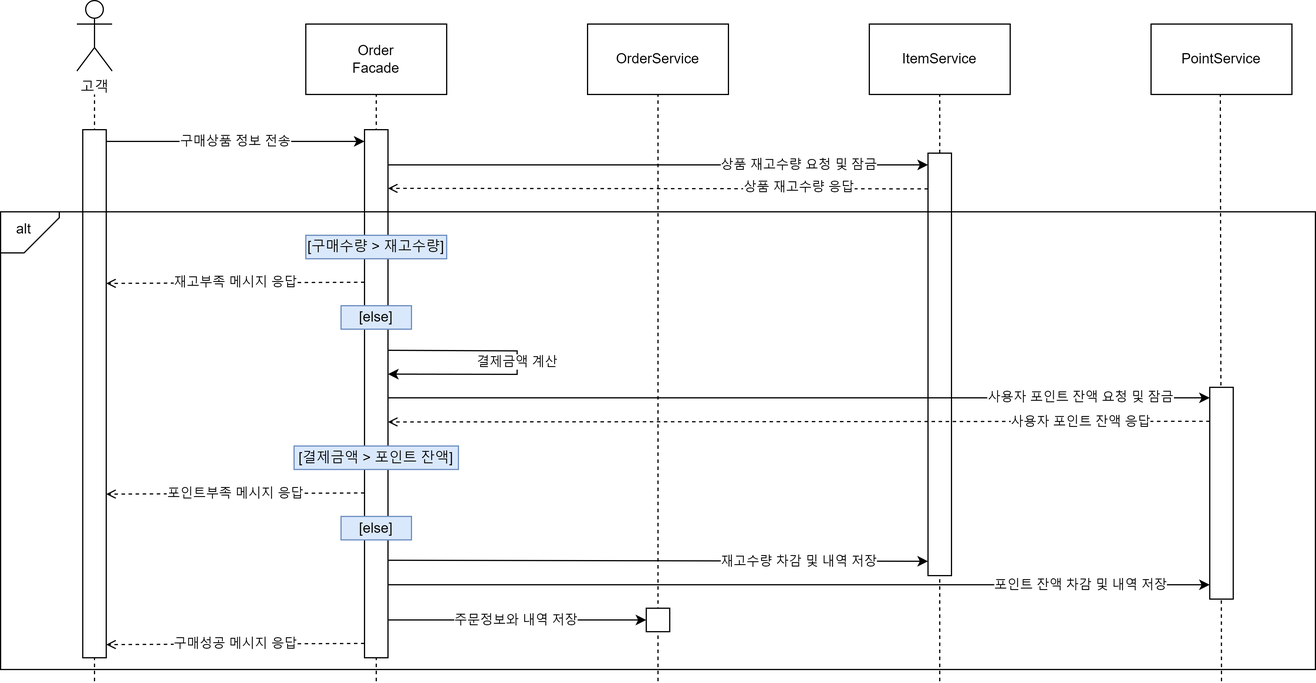
This is docs/sequence-diagram/3.order.png from psam1017/hhplus-ecommerce, a draw.io export, as it was before one commit. Source tidied: cells renumbered, new cells last; positions are measured from the earlier drawing's top-left corner, leaving out a move shared by most shapes.
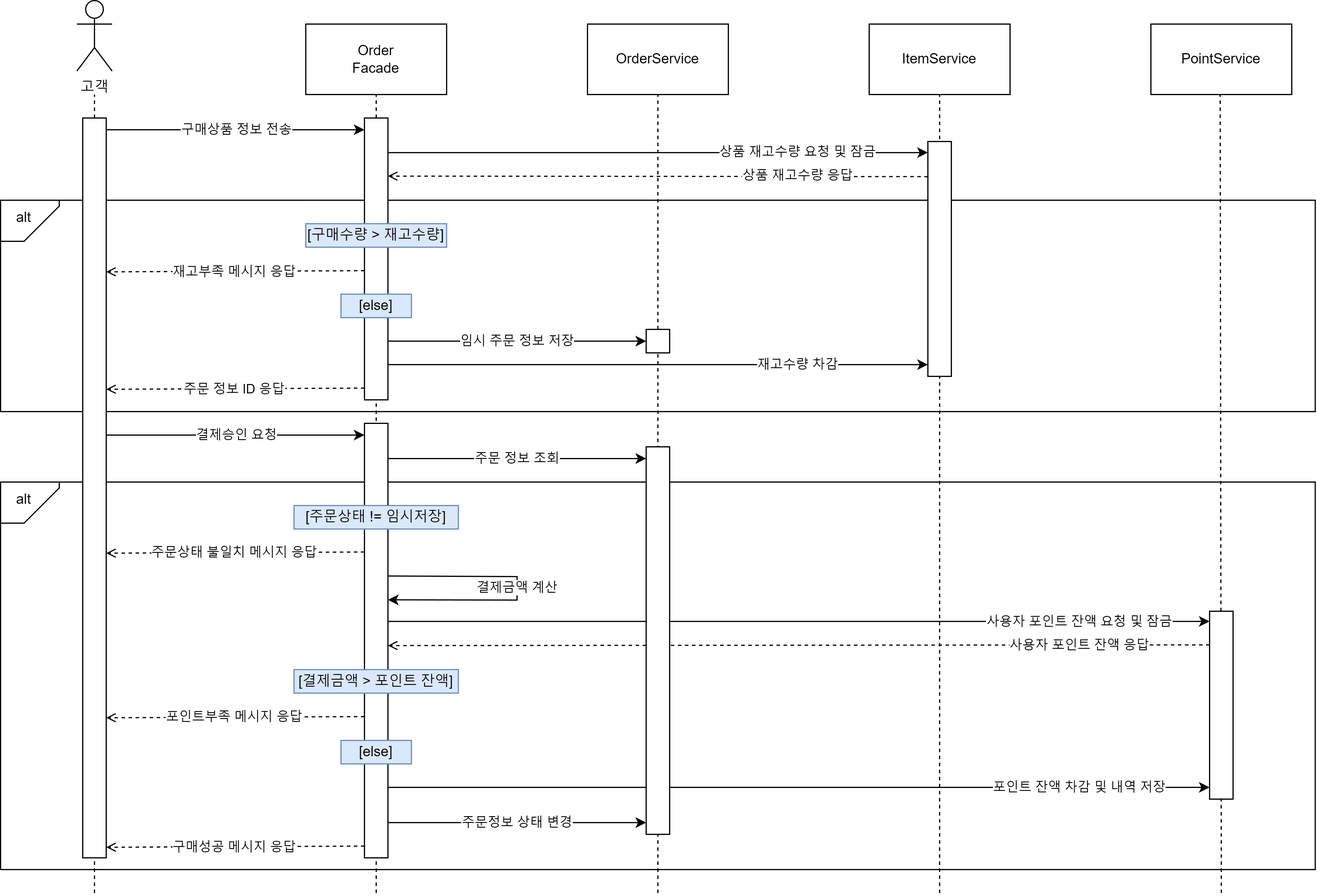
After the change.

Commit message:
Docs: 주문과 결제 API 를 분리한 것을 시퀀스 다이어그램 및 플로우 차트에 반영

Diff of the diagram source:
```diff
@@ -3,168 +3,215 @@
     <mxCell id="0" />
     <mxCell id="1" parent="0" />
     <mxCell id="2" style="group;" parent="1" vertex="1">
-      <mxGeometry width="1120" height="580" as="geometry" />
+      <mxGeometry width="1120" height="760" as="geometry" />
     </mxCell>
-    <mxCell id="3" style="endArrow=none;dashed=1;html=1;rounded=0;" parent="2" edge="1">
-      <mxGeometry relative="1" as="geometry">
-        <mxPoint x="80" y="580" as="sourcePoint" />
-        <mxPoint x="80" y="80" as="targetPoint" />
-      </mxGeometry>
+    <mxCell id="3" style="rounded=0;whiteSpace=wrap;html=1;fillColor=none;" parent="2" vertex="1">
+      <mxGeometry y="170" width="1120" height="180" as="geometry" />
     </mxCell>
-    <mxCell id="4" style="rounded=0;whiteSpace=wrap;html=1;" parent="2" vertex="1">
-      <mxGeometry x="70" y="110" width="20" height="450" as="geometry" />
+    <mxCell id="4" style="endArrow=none;dashed=1;html=1;rounded=0;" parent="2" edge="1">
+      <mxGeometry relative="1" as="geometry">
+        <mxPoint x="320" y="760" as="sourcePoint" />
+        <mxPoint x="320" y="80" as="targetPoint" />
+      </mxGeometry>
     </mxCell>
-    <mxCell id="5" value="고객" style="shape=umlActor;verticalLabelPosition=bottom;verticalAlign=top;html=1;" parent="2" vertex="1">
-      <mxGeometry x="65" width="30" height="60" as="geometry" />
+    <mxCell id="5" style="rounded=0;whiteSpace=wrap;html=1;" parent="2" vertex="1">
+      <mxGeometry x="310" y="100" width="20" height="240" as="geometry" />
     </mxCell>
-    <mxCell id="6" value="OrderService" style="rounded=0;whiteSpace=wrap;html=1;" parent="2" vertex="1">
-      <mxGeometry x="500" y="20" width="120" height="60" as="geometry" />
+    <mxCell id="6" style="rounded=0;whiteSpace=wrap;html=1;fillColor=none;" parent="2" vertex="1">
+      <mxGeometry y="410" width="1120" height="330" as="geometry" />
     </mxCell>
-    <mxCell id="7" value="구매상품 정보 전송" style="endArrow=classic;html=1;rounded=0;" parent="2" edge="1">
-      <mxGeometry relative="1" as="geometry">
-        <mxPoint x="90" y="120" as="sourcePoint" />
-        <mxPoint x="310" y="120" as="targetPoint" />
-      </mxGeometry>
+    <mxCell id="7" style="shape=card;whiteSpace=wrap;html=1;rotation=-180;" parent="2" vertex="1">
+      <mxGeometry y="410" width="50" height="35" as="geometry" />
     </mxCell>
-    <mxCell id="8" value="&lt;div&gt;Order&lt;/div&gt;&lt;div&gt;Facade&lt;/div&gt;&lt;div&gt;&lt;/div&gt;" style="rounded=0;whiteSpace=wrap;html=1;" parent="2" vertex="1">
-      <mxGeometry x="260" y="20" width="120" height="60" as="geometry" />
+    <mxCell id="8" style="endArrow=none;dashed=1;html=1;rounded=0;" parent="2" edge="1">
+      <mxGeometry relative="1" as="geometry">
+        <mxPoint x="80" y="760" as="sourcePoint" />
+        <mxPoint x="80" y="80" as="targetPoint" />
+      </mxGeometry>
     </mxCell>
-    <mxCell id="9" style="endArrow=none;dashed=1;html=1;rounded=0;" parent="2" edge="1">
-      <mxGeometry relative="1" as="geometry">
-        <mxPoint x="320" y="580" as="sourcePoint" />
-        <mxPoint x="320" y="80" as="targetPoint" />
-      </mxGeometry>
+    <mxCell id="9" style="rounded=0;whiteSpace=wrap;html=1;" parent="2" vertex="1">
+      <mxGeometry x="70" y="100" width="20" height="630" as="geometry" />
     </mxCell>
-    <mxCell id="10" style="rounded=0;whiteSpace=wrap;html=1;" parent="2" vertex="1">
-      <mxGeometry x="310" y="110" width="20" height="450" as="geometry" />
+    <mxCell id="10" value="고객" style="shape=umlActor;verticalLabelPosition=bottom;verticalAlign=top;html=1;" parent="2" vertex="1">
+      <mxGeometry x="65" width="30" height="60" as="geometry" />
     </mxCell>
-    <mxCell id="11" style="endArrow=none;dashed=1;html=1;rounded=0;" parent="2" edge="1">
-      <mxGeometry relative="1" as="geometry">
-        <mxPoint x="560" y="580" as="sourcePoint" />
-        <mxPoint x="560" y="80" as="targetPoint" />
-      </mxGeometry>
+    <mxCell id="11" value="OrderService" style="rounded=0;whiteSpace=wrap;html=1;" parent="2" vertex="1">
+      <mxGeometry x="500" y="20" width="120" height="60" as="geometry" />
     </mxCell>
-    <mxCell id="12" value="ItemService" style="rounded=0;whiteSpace=wrap;html=1;" parent="2" vertex="1">
-      <mxGeometry x="740" y="20" width="120" height="60" as="geometry" />
+    <mxCell id="12" value="구매상품 정보 전송" style="endArrow=classic;html=1;rounded=0;" parent="2" edge="1">
+      <mxGeometry relative="1" as="geometry">
+        <mxPoint x="90" y="110" as="sourcePoint" />
+        <mxPoint x="310" y="110" as="targetPoint" />
+      </mxGeometry>
     </mxCell>
-    <mxCell id="13" value="PointService" style="rounded=0;whiteSpace=wrap;html=1;" parent="2" vertex="1">
-      <mxGeometry x="980" y="20" width="120" height="60" as="geometry" />
+    <mxCell id="13" value="&lt;div&gt;Order&lt;/div&gt;&lt;div&gt;Facade&lt;/div&gt;&lt;div&gt;&lt;/div&gt;" style="rounded=0;whiteSpace=wrap;html=1;" parent="2" vertex="1">
+      <mxGeometry x="260" y="20" width="120" height="60" as="geometry" />
     </mxCell>
-    <mxCell id="14" style="endArrow=none;dashed=1;html=1;rounded=0;" parent="2" edge="1">
-      <mxGeometry relative="1" as="geometry">
-        <mxPoint x="800" y="580" as="sourcePoint" />
-        <mxPoint x="800" y="80" as="targetPoint" />
-      </mxGeometry>
+    <mxCell id="14" style="rounded=0;whiteSpace=wrap;html=1;" parent="2" vertex="1">
+      <mxGeometry x="310" y="360" width="20" height="370" as="geometry" />
     </mxCell>
     <mxCell id="15" style="endArrow=none;dashed=1;html=1;rounded=0;" parent="2" edge="1">
       <mxGeometry relative="1" as="geometry">
-        <mxPoint x="1040" y="580" as="sourcePoint" />
-        <mxPoint x="1039" y="80" as="targetPoint" />
+        <mxPoint x="560" y="760" as="sourcePoint" />
+        <mxPoint x="560" y="80" as="targetPoint" />
       </mxGeometry>
     </mxCell>
-    <mxCell id="16" style="rounded=0;whiteSpace=wrap;html=1;" parent="2" vertex="1">
-      <mxGeometry x="790" y="130" width="20" height="360" as="geometry" />
+    <mxCell id="16" value="ItemService" style="rounded=0;whiteSpace=wrap;html=1;" parent="2" vertex="1">
+      <mxGeometry x="740" y="20" width="120" height="60" as="geometry" />
     </mxCell>
-    <mxCell id="17" value="상품 재고수량 요청 및 잠금" style="endArrow=classic;html=1;rounded=0;" parent="2" edge="1">
-      <mxGeometry x="0.52" relative="1" as="geometry">
-        <mxPoint x="330" y="140" as="sourcePoint" />
-        <mxPoint x="790" y="140" as="targetPoint" />
-      </mxGeometry>
+    <mxCell id="17" value="PointService" style="rounded=0;whiteSpace=wrap;html=1;" parent="2" vertex="1">
+      <mxGeometry x="980" y="20" width="120" height="60" as="geometry" />
     </mxCell>
-    <mxCell id="18" value="상품 재고수량 응답" style="endArrow=open;html=1;rounded=0;dashed=1;endFill=0;" parent="2" edge="1">
-      <mxGeometry x="-0.52" y="-1" relative="1" as="geometry">
-        <mxPoint x="790" y="160.4" as="sourcePoint" />
-        <mxPoint x="330" y="160" as="targetPoint" />
+    <mxCell id="18" style="endArrow=none;dashed=1;html=1;rounded=0;" parent="2" edge="1">
+      <mxGeometry relative="1" as="geometry">
+        <mxPoint x="800" y="760" as="sourcePoint" />
+        <mxPoint x="800" y="80" as="targetPoint" />
       </mxGeometry>
     </mxCell>
-    <mxCell id="19" value="결제금액 계산" style="endArrow=classic;html=1;rounded=0;entryX=1;entryY=0.543;entryDx=0;entryDy=0;entryPerimeter=0;" parent="2" edge="1">
+    <mxCell id="19" style="endArrow=none;dashed=1;html=1;rounded=0;" parent="2" edge="1">
       <mxGeometry relative="1" as="geometry">
-        <mxPoint x="330" y="298" as="sourcePoint" />
-        <mxPoint x="330" y="318.3" as="targetPoint" />
-        <Array as="points">
-          <mxPoint x="440" y="298.5" />
-          <mxPoint x="440" y="318.5" />
-        </Array>
+        <mxPoint x="1040" y="760" as="sourcePoint" />
+        <mxPoint x="1039" y="80" as="targetPoint" />
       </mxGeometry>
     </mxCell>
-    <mxCell id="20" value="사용자 포인트 잔액 요청 및 잠금" style="endArrow=classic;html=1;rounded=0;" parent="2" edge="1">
-      <mxGeometry x="0.69" relative="1" as="geometry">
-        <mxPoint x="330" y="338.5" as="sourcePoint" />
-        <mxPoint x="1030" y="338.5" as="targetPoint" />
+    <mxCell id="20" value="상품 재고수량 요청 및 잠금" style="endArrow=classic;html=1;rounded=0;" parent="2" edge="1">
+      <mxGeometry x="0.52" relative="1" as="geometry">
+        <mxPoint x="330" y="129.5" as="sourcePoint" />
+        <mxPoint x="790" y="129.5" as="targetPoint" />
       </mxGeometry>
     </mxCell>
-    <mxCell id="21" style="rounded=0;whiteSpace=wrap;html=1;" parent="2" vertex="1">
-      <mxGeometry x="1030" y="329.6" width="20" height="180.4" as="geometry" />
+    <mxCell id="21" value="상품 재고수량 응답" style="endArrow=open;html=1;rounded=0;dashed=1;endFill=0;" parent="2" edge="1">
+      <mxGeometry x="-0.52" y="-1" relative="1" as="geometry">
+        <mxPoint x="790" y="149.9" as="sourcePoint" />
+        <mxPoint x="330" y="149.5" as="targetPoint" />
+      </mxGeometry>
     </mxCell>
-    <mxCell id="22" value="사용자 포인트 잔액 응답" style="endArrow=open;html=1;rounded=0;dashed=1;endFill=0;" parent="2" edge="1">
-      <mxGeometry x="-0.69" relative="1" as="geometry">
-        <mxPoint x="1030" y="358.5" as="sourcePoint" />
-        <mxPoint x="330" y="359.1" as="targetPoint" />
+    <mxCell id="22" value="결제금액 계산" style="endArrow=classic;html=1;rounded=0;entryX=1;entryY=0.543;entryDx=0;entryDy=0;entryPerimeter=0;" parent="2" edge="1">
+      <mxGeometry relative="1" as="geometry">
+        <mxPoint x="330" y="490" as="sourcePoint" />
+        <mxPoint x="330" y="510.3" as="targetPoint" />
+        <Array as="points">
+          <mxPoint x="440" y="490.5" />
+          <mxPoint x="440" y="510.5" />
+        </Array>
       </mxGeometry>
     </mxCell>
-    <mxCell id="23" value="재고부족 메시지 응답" style="endArrow=open;html=1;rounded=0;dashed=1;endFill=0;exitX=0;exitY=0.75;exitDx=0;exitDy=0;" parent="2" edge="1">
-      <mxGeometry relative="1" as="geometry">
-        <mxPoint x="310" y="240" as="sourcePoint" />
-        <mxPoint x="90" y="241" as="targetPoint" />
+    <mxCell id="23" value="사용자 포인트 잔액 요청 및 잠금" style="endArrow=classic;html=1;rounded=0;" parent="2" edge="1">
+      <mxGeometry x="0.69" relative="1" as="geometry">
+        <mxPoint x="330" y="528.7" as="sourcePoint" />
+        <mxPoint x="1030" y="528.7" as="targetPoint" />
       </mxGeometry>
     </mxCell>
-    <mxCell id="24" value="[구매수량 &amp;gt; 재고수량]" style="whiteSpace=wrap;html=1;fillColor=#dae8fc;strokeColor=#6c8ebf;" parent="2" vertex="1">
-      <mxGeometry x="260" y="200" width="120" height="20" as="geometry" />
+    <mxCell id="24" style="rounded=0;whiteSpace=wrap;html=1;" parent="2" vertex="1">
+      <mxGeometry x="1030" y="520" width="20" height="160" as="geometry" />
     </mxCell>
-    <mxCell id="25" value="[결제금액 &amp;gt; 포인트 잔액]" style="whiteSpace=wrap;html=1;fillColor=#dae8fc;strokeColor=#6c8ebf;" parent="2" vertex="1">
-      <mxGeometry x="250" y="379.6" width="140" height="20" as="geometry" />
+    <mxCell id="25" value="사용자 포인트 잔액 응답" style="endArrow=open;html=1;rounded=0;dashed=1;endFill=0;" parent="2" edge="1">
+      <mxGeometry x="-0.69" relative="1" as="geometry">
+        <mxPoint x="1030" y="548.7" as="sourcePoint" />
+        <mxPoint x="330" y="549.2" as="targetPoint" />
+      </mxGeometry>
     </mxCell>
-    <mxCell id="26" value="포인트부족 메시지 응답" style="endArrow=open;html=1;rounded=0;dashed=1;endFill=0;exitX=0;exitY=0.75;exitDx=0;exitDy=0;" parent="2" edge="1">
+    <mxCell id="26" value="재고부족 메시지 응답" style="endArrow=open;html=1;rounded=0;dashed=1;endFill=0;exitX=0;exitY=0.75;exitDx=0;exitDy=0;" parent="2" edge="1">
       <mxGeometry relative="1" as="geometry">
-        <mxPoint x="310" y="419.6" as="sourcePoint" />
-        <mxPoint x="90" y="420.6" as="targetPoint" />
+        <mxPoint x="310" y="230" as="sourcePoint" />
+        <mxPoint x="90" y="231" as="targetPoint" />
       </mxGeometry>
     </mxCell>
-    <mxCell id="27" value="재고수량 차감 및 내역 저장" style="endArrow=classic;html=1;rounded=0;" parent="2" edge="1">
-      <mxGeometry x="0.52" relative="1" as="geometry">
-        <mxPoint x="330" y="476.9" as="sourcePoint" />
-        <mxPoint x="790" y="477.8" as="targetPoint" />
-      </mxGeometry>
+    <mxCell id="27" value="[구매수량 &amp;gt; 재고수량]" style="whiteSpace=wrap;html=1;fillColor=#dae8fc;strokeColor=#6c8ebf;" parent="2" vertex="1">
+      <mxGeometry x="260" y="190" width="120" height="20" as="geometry" />
     </mxCell>
-    <mxCell id="28" value="포인트 잔액 차감 및 내역 저장" style="endArrow=classic;html=1;rounded=0;entryX=0;entryY=0.25;entryDx=0;entryDy=0;" parent="2" edge="1">
-      <mxGeometry x="0.69" relative="1" as="geometry">
-        <mxPoint x="330" y="497.8" as="sourcePoint" />
-        <mxPoint x="1030" y="497.8" as="targetPoint" />
-      </mxGeometry>
+    <mxCell id="28" value="[결제금액 &amp;gt; 포인트 잔액]" style="whiteSpace=wrap;html=1;fillColor=#dae8fc;strokeColor=#6c8ebf;" parent="2" vertex="1">
+      <mxGeometry x="250" y="569.7" width="140" height="20" as="geometry" />
     </mxCell>
-    <mxCell id="29" value="주문정보와 내역 저장" style="endArrow=classic;html=1;rounded=0;" parent="2" edge="1">
+    <mxCell id="29" value="포인트부족 메시지 응답" style="endArrow=open;html=1;rounded=0;dashed=1;endFill=0;exitX=0;exitY=0.75;exitDx=0;exitDy=0;" parent="2" edge="1">
       <mxGeometry relative="1" as="geometry">
-        <mxPoint x="330" y="527.8" as="sourcePoint" />
-        <mxPoint x="550" y="527.8" as="targetPoint" />
-        <mxPoint x="-1" as="offset" />
+        <mxPoint x="310" y="609.7" as="sourcePoint" />
+        <mxPoint x="90" y="610.7" as="targetPoint" />
       </mxGeometry>
     </mxCell>
-    <mxCell id="30" style="rounded=0;whiteSpace=wrap;html=1;" parent="2" vertex="1">
-      <mxGeometry x="550" y="517.8" width="20" height="20" as="geometry" />
+    <mxCell id="30" value="포인트 잔액 차감 및 내역 저장" style="endArrow=classic;html=1;rounded=0;entryX=0;entryY=0.25;entryDx=0;entryDy=0;" parent="2" edge="1">
+      <mxGeometry x="0.69" relative="1" as="geometry">
+        <mxPoint x="330" y="670" as="sourcePoint" />
+        <mxPoint x="1030" y="670" as="targetPoint" />
+      </mxGeometry>
     </mxCell>
-    <mxCell id="31" value="구매성공 메시지 응답" style="endArrow=open;html=1;rounded=0;dashed=1;endFill=0;exitX=0;exitY=0.75;exitDx=0;exitDy=0;" parent="2" edge="1">
+    <mxCell id="31" value="주문정보 상태 변경" style="endArrow=classic;html=1;rounded=0;" parent="2" edge="1">
       <mxGeometry relative="1" as="geometry">
-        <mxPoint x="310" y="547.8" as="sourcePoint" />
-        <mxPoint x="90" y="548.8" as="targetPoint" />
+        <mxPoint x="330" y="700" as="sourcePoint" />
+        <mxPoint x="550" y="700" as="targetPoint" />
+        <mxPoint x="-1" as="offset" />
       </mxGeometry>
     </mxCell>
-    <mxCell id="32" style="group;" parent="2" vertex="1">
-      <mxGeometry y="180" width="50" height="35" as="geometry" />
+    <mxCell id="32" style="rounded=0;whiteSpace=wrap;html=1;" parent="2" vertex="1">
+      <mxGeometry x="550" y="380" width="20" height="330" as="geometry" />
     </mxCell>
-    <mxCell id="33" style="shape=card;whiteSpace=wrap;html=1;rotation=-180;" parent="32" vertex="1">
-      <mxGeometry width="50" height="35" as="geometry" />
+    <mxCell id="33" value="구매성공 메시지 응답" style="endArrow=open;html=1;rounded=0;dashed=1;endFill=0;exitX=0;exitY=0.75;exitDx=0;exitDy=0;" parent="2" edge="1">
+      <mxGeometry relative="1" as="geometry">
+        <mxPoint x="310" y="720" as="sourcePoint" />
+        <mxPoint x="90" y="721" as="targetPoint" />
+      </mxGeometry>
     </mxCell>
-    <mxCell id="34" value="alt" style="rounded=0;whiteSpace=wrap;html=1;fillColor=none;strokeColor=none;" parent="32" vertex="1">
-      <mxGeometry width="40" height="30" as="geometry" />
+    <mxCell id="34" value="[else]" style="whiteSpace=wrap;html=1;fillColor=#dae8fc;strokeColor=#6c8ebf;" parent="2" vertex="1">
+      <mxGeometry x="290" y="250" width="60" height="20" as="geometry" />
     </mxCell>
     <mxCell id="35" value="[else]" style="whiteSpace=wrap;html=1;fillColor=#dae8fc;strokeColor=#6c8ebf;" parent="2" vertex="1">
-      <mxGeometry x="290" y="260" width="60" height="20" as="geometry" />
+      <mxGeometry x="290" y="630" width="60" height="20" as="geometry" />
     </mxCell>
-    <mxCell id="36" value="[else]" style="whiteSpace=wrap;html=1;fillColor=#dae8fc;strokeColor=#6c8ebf;" parent="2" vertex="1">
-      <mxGeometry x="290" y="439.6" width="60" height="20" as="geometry" />
+    <mxCell id="36" value="alt" style="rounded=0;whiteSpace=wrap;html=1;fillColor=none;strokeColor=none;" parent="2" vertex="1">
+      <mxGeometry y="410" width="40" height="30" as="geometry" />
     </mxCell>
-    <mxCell id="37" style="rounded=0;whiteSpace=wrap;html=1;fillColor=none;" parent="2" vertex="1">
-      <mxGeometry y="180" width="1120" height="390" as="geometry" />
+    <mxCell id="37" style="shape=card;whiteSpace=wrap;html=1;rotation=-180;" parent="2" vertex="1">
+      <mxGeometry y="170" width="50" height="35" as="geometry" />
     </mxCell>
+    <mxCell id="38" value="alt" style="rounded=0;whiteSpace=wrap;html=1;fillColor=none;strokeColor=none;" parent="2" vertex="1">
+      <mxGeometry y="170" width="40" height="30" as="geometry" />
+    </mxCell>
+    <mxCell id="39" style="rounded=0;whiteSpace=wrap;html=1;" parent="2" vertex="1">
+      <mxGeometry x="790" y="120" width="20" height="200" as="geometry" />
+    </mxCell>
+    <mxCell id="40" value="임시 주문 정보 저장" style="endArrow=classic;html=1;rounded=0;" parent="2" edge="1">
+      <mxGeometry relative="1" as="geometry">
+        <mxPoint x="330" y="290" as="sourcePoint" />
+        <mxPoint x="550" y="290" as="targetPoint" />
+        <mxPoint x="-1" as="offset" />
+      </mxGeometry>
+    </mxCell>
+    <mxCell id="41" style="rounded=0;whiteSpace=wrap;html=1;" parent="2" vertex="1">
+      <mxGeometry x="550" y="280" width="20" height="20" as="geometry" />
+    </mxCell>
+    <mxCell id="42" value="재고수량 차감" style="endArrow=classic;html=1;rounded=0;" parent="2" edge="1">
+      <mxGeometry x="0.52" relative="1" as="geometry">
+        <mxPoint x="330" y="310" as="sourcePoint" />
+        <mxPoint x="790" y="310" as="targetPoint" />
+      </mxGeometry>
+    </mxCell>
+    <mxCell id="43" value="주문 정보 ID 응답" style="endArrow=open;html=1;rounded=0;dashed=1;endFill=0;exitX=0;exitY=0.75;exitDx=0;exitDy=0;" parent="2" edge="1">
+      <mxGeometry relative="1" as="geometry">
+        <mxPoint x="310" y="330" as="sourcePoint" />
+        <mxPoint x="90" y="331" as="targetPoint" />
+      </mxGeometry>
+    </mxCell>
+    <mxCell id="44" value="결제승인 요청" style="endArrow=classic;html=1;rounded=0;" parent="2" edge="1">
+      <mxGeometry relative="1" as="geometry">
+        <mxPoint x="90" y="370" as="sourcePoint" />
+        <mxPoint x="310" y="370" as="targetPoint" />
+      </mxGeometry>
+    </mxCell>
+    <mxCell id="45" value="주문 정보 조회" style="endArrow=classic;html=1;rounded=0;" parent="2" edge="1">
+      <mxGeometry relative="1" as="geometry">
+        <mxPoint x="330" y="390" as="sourcePoint" />
+        <mxPoint x="550" y="390" as="targetPoint" />
+        <mxPoint x="-1" as="offset" />
+      </mxGeometry>
+    </mxCell>
+    <mxCell id="46" value="[주문상태 != 임시저장]" style="whiteSpace=wrap;html=1;fillColor=#dae8fc;strokeColor=#6c8ebf;" parent="2" vertex="1">
+      <mxGeometry x="250" y="430" width="140" height="20" as="geometry" />
+    </mxCell>
+    <mxCell id="47" value="주문상태 불일치 메시지 응답" style="endArrow=open;html=1;rounded=0;dashed=1;endFill=0;exitX=0;exitY=0.75;exitDx=0;exitDy=0;" parent="2" edge="1">
+      <mxGeometry relative="1" as="geometry">
+        <mxPoint x="310" y="469.6" as="sourcePoint" />
+        <mxPoint x="90" y="470.6" as="targetPoint" />
+      </mxGeometry>
+    </mxCell>
   </root>
 </mxGraphModel>
```
